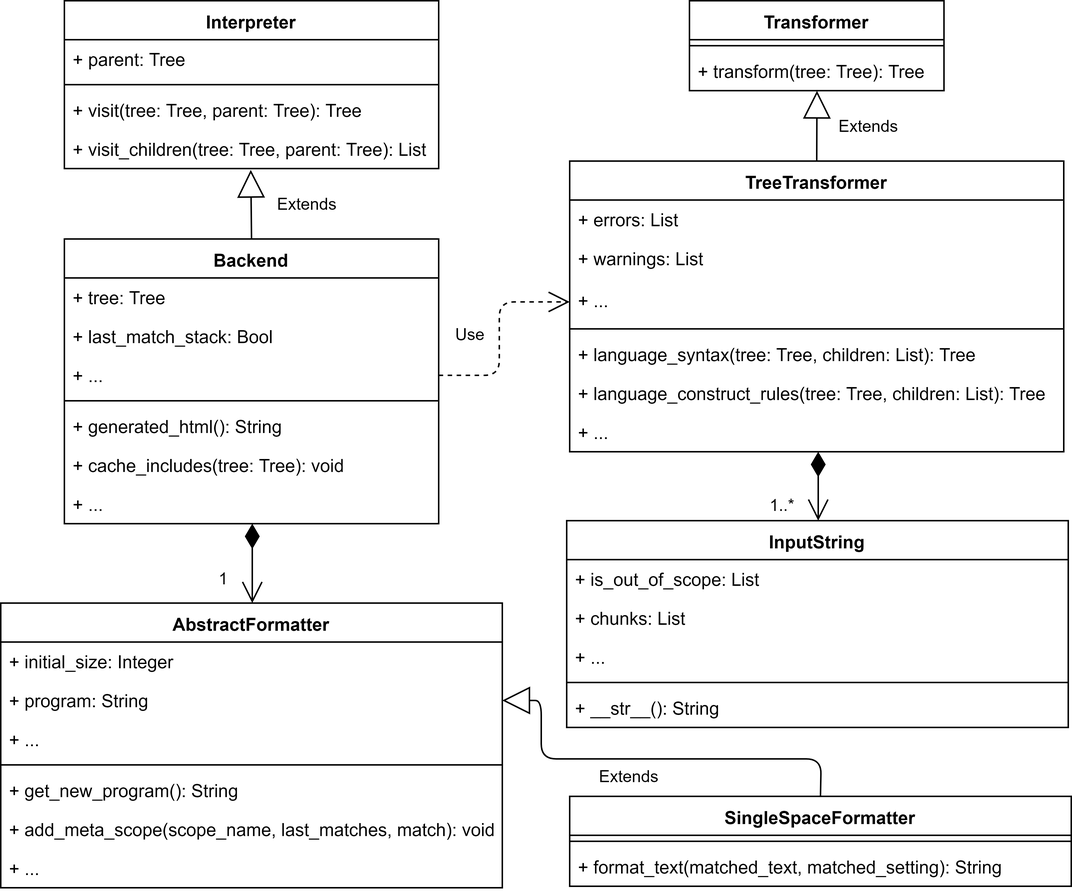
evandrocoan/objectbeatypictures keeps this draw.io diagram as CodeFormatterClassDiagram.png. Above is the earlier version. Source tidied: cells renumbered, new cells last; positions are measured from the earlier drawing's top-left corner, leaving out a move shared by most shapes.
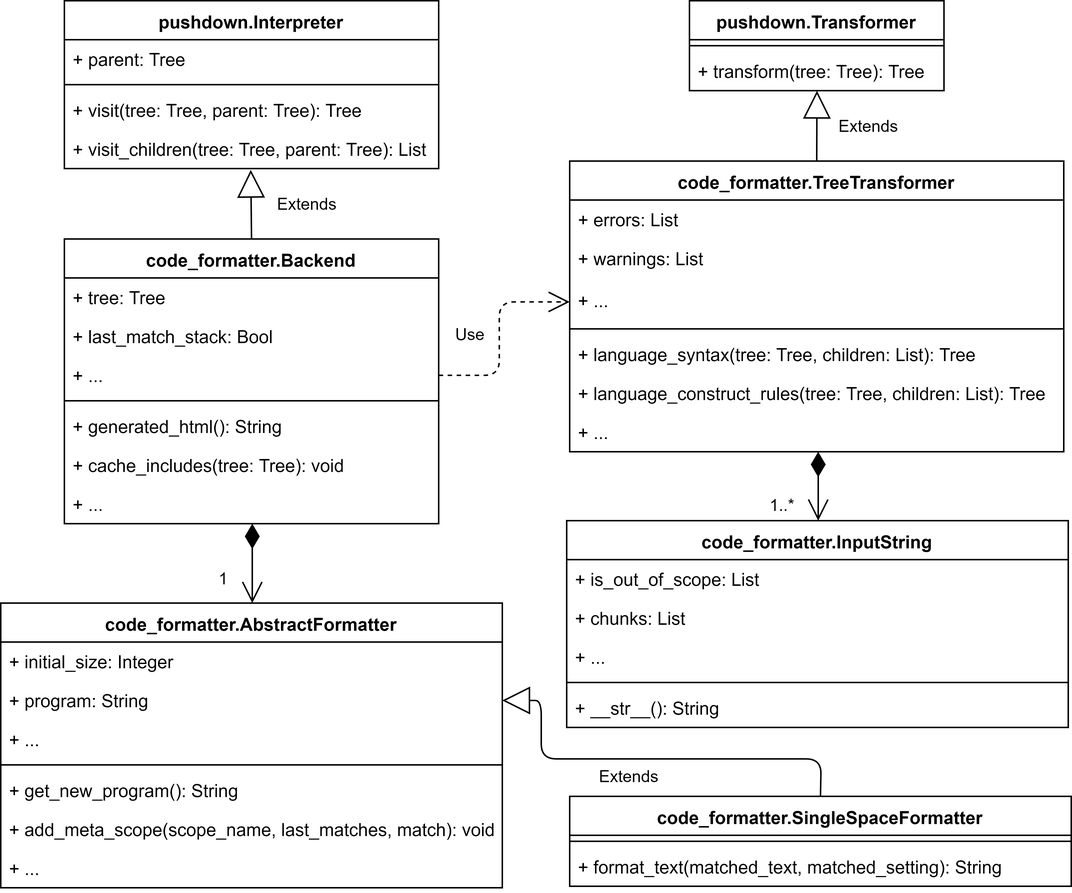
Later version of the same file.

Commit message:
Added the module name to the CodeFormatterClassDiagram.xml

Diff of the diagram source:
```diff
@@ -2,7 +2,7 @@
   <root>
     <mxCell id="0" />
     <mxCell id="1" parent="0" />
-    <mxCell id="2" value="Interpreter" style="swimlane;fontStyle=1;align=center;verticalAlign=top;horizontal=1;startSize=26;" parent="1" vertex="1">
+    <mxCell id="2" value="pushdown.Interpreter" style="swimlane;fontStyle=1;align=center;verticalAlign=top;horizontal=1;startSize=26;" parent="1" vertex="1">
       <mxGeometry x="42.5" width="250" height="112" as="geometry" />
     </mxCell>
     <mxCell id="3" value="+ parent: Tree" style="text;strokeColor=none;fillColor=none;align=left;verticalAlign=top;spacingLeft=4;spacingRight=4;overflow=hidden;" parent="2" vertex="1">
@@ -17,7 +17,7 @@
     <mxCell id="6" value="+ visit_children(tree: Tree, parent: Tree): List" style="text;strokeColor=none;fillColor=none;align=left;verticalAlign=top;spacingLeft=4;spacingRight=4;overflow=hidden;points=[[0,0.5],[1,0.5]];portConstraint=eastwest;" parent="2" vertex="1">
       <mxGeometry y="86" width="250" height="26" as="geometry" />
     </mxCell>
-    <mxCell id="7" value="Transformer" style="swimlane;fontStyle=1;align=center;verticalAlign=top;horizontal=1;startSize=26;" parent="1" vertex="1">
+    <mxCell id="7" value="pushdown.Transformer" style="swimlane;fontStyle=1;align=center;verticalAlign=top;horizontal=1;startSize=26;" parent="1" vertex="1">
       <mxGeometry x="460" width="170" height="60" as="geometry" />
     </mxCell>
     <mxCell id="8" style="line;strokeWidth=1;fillColor=none;align=left;verticalAlign=middle;spacingTop=-1;spacingLeft=3;spacingRight=3;labelPosition=right;" parent="7" vertex="1">
@@ -26,7 +26,7 @@
     <mxCell id="9" value="+ transform(tree: Tree): Tree" style="text;strokeColor=none;fillColor=none;align=left;verticalAlign=top;spacingLeft=4;spacingRight=4;overflow=hidden;points=[[0,0.5],[1,0.5]];portConstraint=eastwest;" parent="7" vertex="1">
       <mxGeometry y="34" width="170" height="26" as="geometry" />
     </mxCell>
-    <mxCell id="10" value="TreeTransformer" style="swimlane;fontStyle=1;align=center;verticalAlign=top;horizontal=1;startSize=26;" parent="1" vertex="1">
+    <mxCell id="10" value="code_formatter.TreeTransformer" style="swimlane;fontStyle=1;align=center;verticalAlign=top;horizontal=1;startSize=26;" parent="1" vertex="1">
       <mxGeometry x="380" y="107" width="330" height="194" as="geometry" />
     </mxCell>
     <mxCell id="11" value="+ errors: List" style="text;strokeColor=none;fillColor=none;align=left;verticalAlign=top;spacingLeft=4;spacingRight=4;overflow=hidden;" parent="10" vertex="1">
@@ -53,7 +53,7 @@
     <mxCell id="18" value="Extends" style="endArrow=block;endSize=16;endFill=0;html=1;entryX=0.501;entryY=1.004;entryDx=0;entryDy=0;entryPerimeter=0;exitX=0.5;exitY=0;exitDx=0;exitDy=0;" parent="1" edge="1" source="10" target="9">
       <mxGeometry x="0.03" y="-35" relative="1" as="geometry" />
     </mxCell>
-    <mxCell id="19" value="Backend" style="swimlane;fontStyle=1;align=center;verticalAlign=top;horizontal=1;startSize=26;" parent="1" vertex="1">
+    <mxCell id="19" value="code_formatter.Backend" style="swimlane;fontStyle=1;align=center;verticalAlign=top;horizontal=1;startSize=26;" parent="1" vertex="1">
       <mxGeometry x="42.5" y="159" width="250" height="190" as="geometry" />
     </mxCell>
     <mxCell id="20" value="+ tree: Tree" style="text;strokeColor=none;fillColor=none;align=left;verticalAlign=top;spacingLeft=4;spacingRight=4;overflow=hidden;" parent="19" vertex="1">
@@ -80,7 +80,7 @@
     <mxCell id="27" value="Extends" style="endArrow=block;endSize=16;endFill=0;html=1;exitX=0.5;exitY=0;exitDx=0;exitDy=0;entryX=0.498;entryY=1.034;entryDx=0;entryDy=0;entryPerimeter=0;" parent="1" edge="1" source="19" target="6">
       <mxGeometry x="-0.02" y="-38" relative="1" as="geometry" />
     </mxCell>
-    <mxCell id="28" value="AbstractFormatter" style="swimlane;fontStyle=1;align=center;verticalAlign=top;horizontal=1;startSize=26;" parent="1" vertex="1">
+    <mxCell id="28" value="code_formatter.AbstractFormatter" style="swimlane;fontStyle=1;align=center;verticalAlign=top;horizontal=1;startSize=26;" parent="1" vertex="1">
       <mxGeometry y="402" width="335" height="190" as="geometry" />
     </mxCell>
     <mxCell id="29" value="+ initial_size: Integer" style="text;strokeColor=none;fillColor=none;align=left;verticalAlign=top;spacingLeft=4;spacingRight=4;overflow=hidden;" parent="28" vertex="1">
@@ -107,7 +107,7 @@
     <mxCell id="36" value="1" style="endArrow=open;html=1;endSize=12;startArrow=diamondThin;startSize=14;startFill=1;edgeStyle=orthogonalEdgeStyle;align=left;verticalAlign=bottom;entryX=0.5;entryY=0;entryDx=0;entryDy=0;exitX=0.5;exitY=1;exitDx=0;exitDy=0;exitPerimeter=0;" parent="1" edge="1" source="26" target="28">
       <mxGeometry x="0.68" y="-24" relative="1" as="geometry" />
     </mxCell>
-    <mxCell id="37" value="InputString" style="swimlane;fontStyle=1;align=center;verticalAlign=top;horizontal=1;startSize=26;" parent="1" vertex="1">
+    <mxCell id="37" value="code_formatter.InputString" style="swimlane;fontStyle=1;align=center;verticalAlign=top;horizontal=1;startSize=26;" parent="1" vertex="1">
       <mxGeometry x="378" y="347" width="335" height="138" as="geometry" />
     </mxCell>
     <mxCell id="38" value="+ is_out_of_scope: List" style="text;strokeColor=none;fillColor=none;align=left;verticalAlign=top;spacingLeft=4;spacingRight=4;overflow=hidden;" parent="37" vertex="1">
@@ -136,7 +136,7 @@
         </Array>
       </mxGeometry>
     </mxCell>
-    <mxCell id="45" value="SingleSpaceFormatter" style="swimlane;fontStyle=1;align=center;verticalAlign=top;horizontal=1;startSize=26;" parent="1" vertex="1">
+    <mxCell id="45" value="code_formatter.SingleSpaceFormatter" style="swimlane;fontStyle=1;align=center;verticalAlign=top;horizontal=1;startSize=26;" parent="1" vertex="1">
       <mxGeometry x="380" y="531" width="335" height="60" as="geometry" />
     </mxCell>
     <mxCell id="46" style="line;strokeWidth=1;fillColor=none;align=left;verticalAlign=middle;spacingTop=-1;spacingLeft=3;spacingRight=3;labelPosition=right;" parent="45" vertex="1">
```
